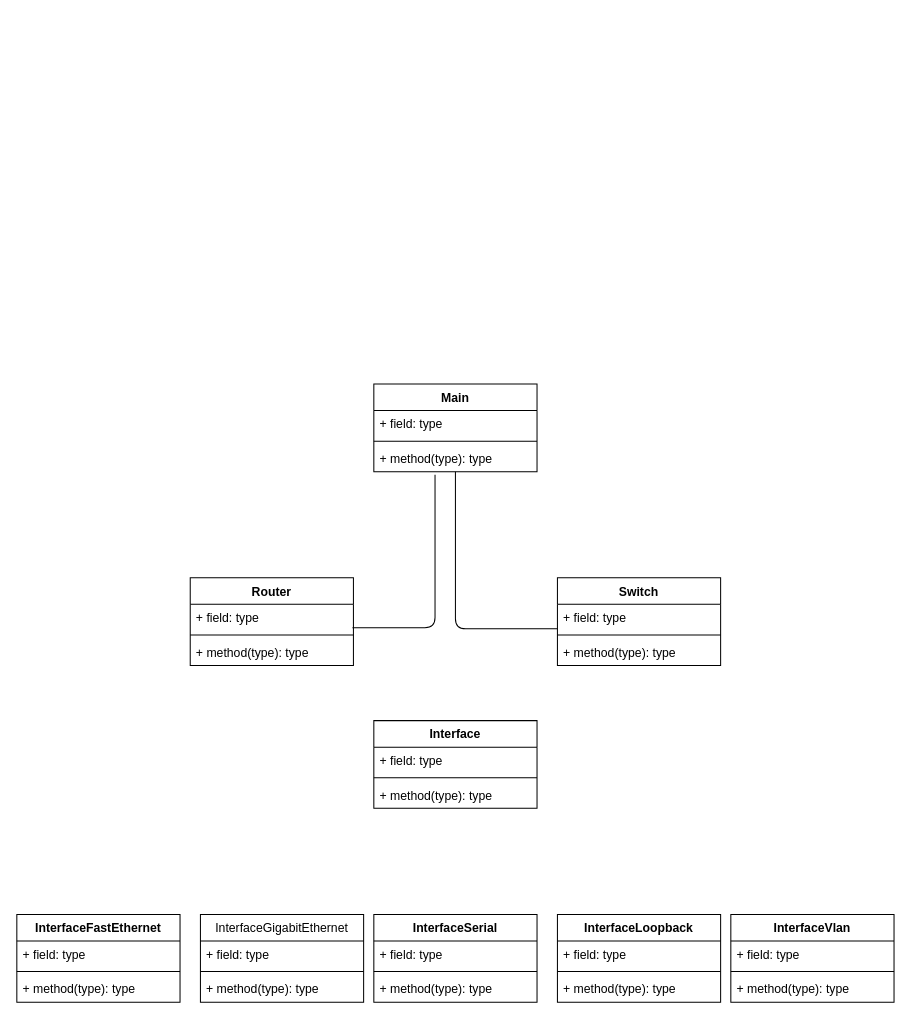
This is idea.drawio from arath11/Autoconfiguration, a draw.io file, before an edit. Source tidied: cells renumbered, new cells numbered last; positions are measured from the earlier drawing's top-left corner, leaving out a move shared by most shapes. Both pictures are drawn from the tidied source at 102%, with x=0, y=0 at pixel (16, 384).
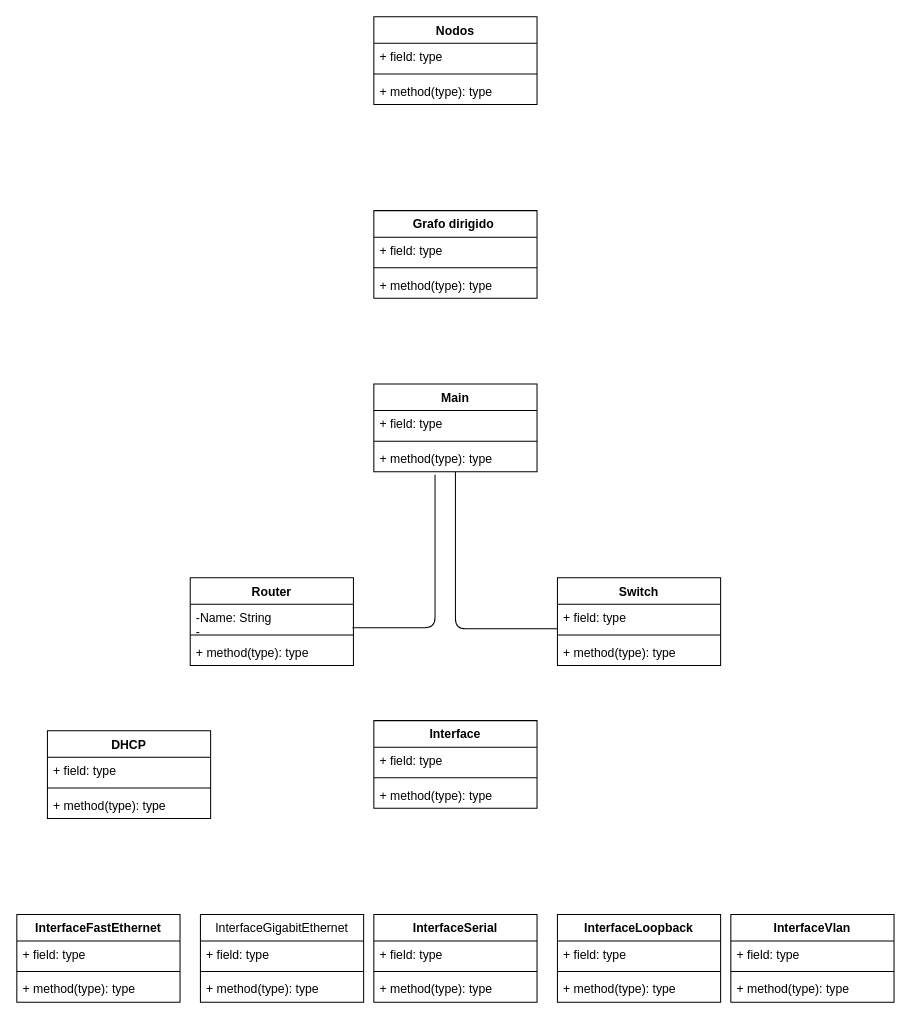
Above is the later version.

The change refers to these unchanged cells:
```xml
<mxCell id="2" value="Router" style="swimlane;fontStyle=1;align=center;verticalAlign=top;horizontal=1;startSize=26;" parent="1" vertex="1">
  <mxGeometry x="170" y="190" width="160" height="86" as="geometry" />
</mxCell>
```

The edit, as a diff of the source:
```diff
@@
-    <mxCell id="3" value="+ field: type" style="text;strokeColor=none;fillColor=none;align=left;verticalAlign=top;spacingLeft=4;spacingRight=4;overflow=hidden;points=[[0,0.5],[1,0.5]];portConstraint=eastwest;" parent="2" vertex="1">
+    <mxCell id="3" value="-Name: String&#10;-" style="text;strokeColor=none;fillColor=none;align=left;verticalAlign=top;spacingLeft=4;spacingRight=4;overflow=hidden;points=[[0,0.5],[1,0.5]];portConstraint=eastwest;" parent="2" vertex="1">
       <mxGeometry y="26" width="160" height="26" as="geometry" />
     </mxCell>
@@
+    <mxCell id="40" value="DHCP" style="swimlane;fontStyle=1;align=center;verticalAlign=top;horizontal=1;startSize=26;" parent="1" vertex="1">
+      <mxGeometry x="30" y="340" width="160" height="86" as="geometry" />
+    </mxCell>
+    <mxCell id="41" value="+ field: type" style="text;strokeColor=none;fillColor=none;align=left;verticalAlign=top;spacingLeft=4;spacingRight=4;overflow=hidden;" parent="40" vertex="1">
+      <mxGeometry y="26" width="160" height="26" as="geometry" />
+    </mxCell>
+    <mxCell id="42" style="line;strokeWidth=1;fillColor=none;align=left;verticalAlign=middle;spacingTop=-1;spacingLeft=3;spacingRight=3;labelPosition=right;" parent="40" vertex="1">
+      <mxGeometry y="52" width="160" height="8" as="geometry" />
+    </mxCell>
+    <mxCell id="43" value="+ method(type): type" style="text;strokeColor=none;fillColor=none;align=left;verticalAlign=top;spacingLeft=4;spacingRight=4;overflow=hidden;" parent="40" vertex="1">
+      <mxGeometry y="60" width="160" height="26" as="geometry" />
+    </mxCell>
+    <mxCell id="44" value="Grafo dirigido " style="swimlane;fontStyle=1;align=center;verticalAlign=top;horizontal=1;startSize=26;" parent="1" vertex="1">
+      <mxGeometry x="350" y="-170" width="160" height="86" as="geometry" />
+    </mxCell>
+    <mxCell id="45" value="+ field: type" style="text;strokeColor=none;fillColor=none;align=left;verticalAlign=top;spacingLeft=4;spacingRight=4;overflow=hidden;" parent="44" vertex="1">
+      <mxGeometry y="26" width="160" height="26" as="geometry" />
+    </mxCell>
+    <mxCell id="46" style="line;strokeWidth=1;fillColor=none;align=left;verticalAlign=middle;spacingTop=-1;spacingLeft=3;spacingRight=3;labelPosition=right;" parent="44" vertex="1">
+      <mxGeometry y="52" width="160" height="8" as="geometry" />
+    </mxCell>
+    <mxCell id="47" value="+ method(type): type" style="text;strokeColor=none;fillColor=none;align=left;verticalAlign=top;spacingLeft=4;spacingRight=4;overflow=hidden;" parent="44" vertex="1">
+      <mxGeometry y="60" width="160" height="26" as="geometry" />
+    </mxCell>
+    <mxCell id="48" value="Nodos" style="swimlane;fontStyle=1;align=center;verticalAlign=top;horizontal=1;startSize=26;" parent="1" vertex="1">
+      <mxGeometry x="350" y="-360" width="160" height="86" as="geometry" />
+    </mxCell>
+    <mxCell id="49" value="+ field: type" style="text;strokeColor=none;fillColor=none;align=left;verticalAlign=top;spacingLeft=4;spacingRight=4;overflow=hidden;" parent="48" vertex="1">
+      <mxGeometry y="26" width="160" height="26" as="geometry" />
+    </mxCell>
+    <mxCell id="50" style="line;strokeWidth=1;fillColor=none;align=left;verticalAlign=middle;spacingTop=-1;spacingLeft=3;spacingRight=3;labelPosition=right;" parent="48" vertex="1">
+      <mxGeometry y="52" width="160" height="8" as="geometry" />
+    </mxCell>
+    <mxCell id="51" value="+ method(type): type" style="text;strokeColor=none;fillColor=none;align=left;verticalAlign=top;spacingLeft=4;spacingRight=4;overflow=hidden;" parent="48" vertex="1">
+      <mxGeometry y="60" width="160" height="26" as="geometry" />
+    </mxCell>
```
